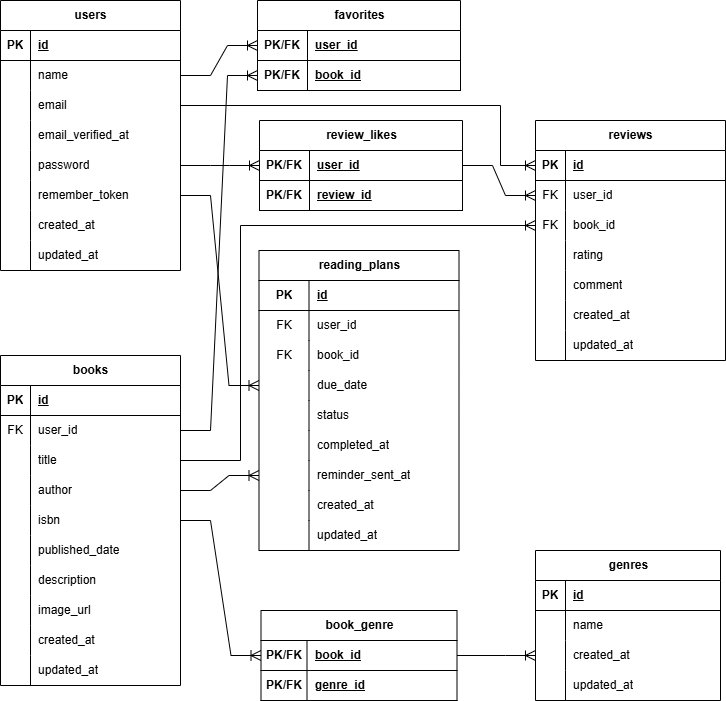
nagaki813/bookshelf-app keeps this draw.io diagram as er.png. Above is the earlier version. Source tidied: cells renumbered, new cells last; positions are measured from the earlier drawing's top-left corner, leaving out a move shared by most shapes.
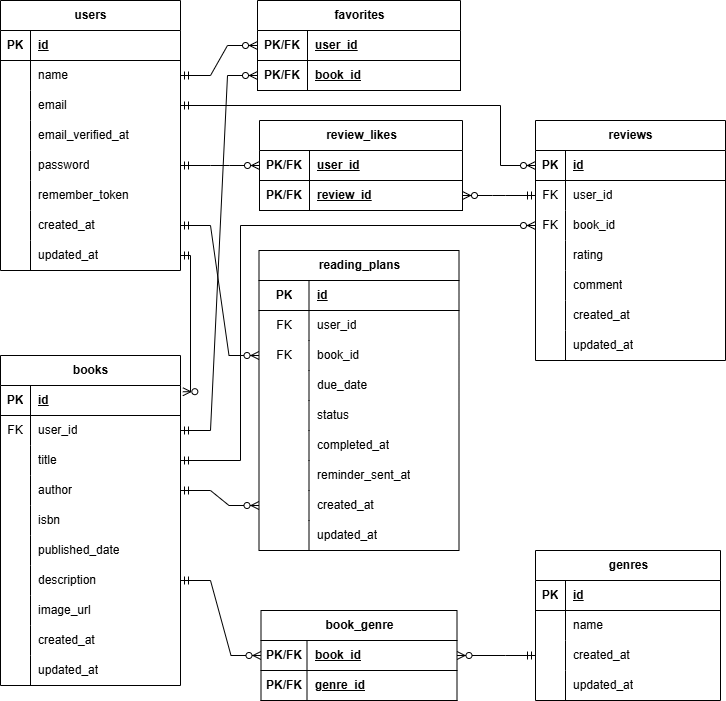
The same diagram one commit later.

The edit, as a diff of the source:
```diff
@@ -422,16 +422,24 @@
     <mxCell id="141" value="updated_at" style="shape=partialRectangle;fillColor=none;top=0;left=0;bottom=0;right=0;align=left;spacingLeft=6;overflow=hidden;whiteSpace=wrap;html=1;" parent="139" vertex="1">
       <mxGeometry x="30" width="155" height="30" as="geometry" />
     </mxCell>
-    <mxCell id="142" style="edgeStyle=entityRelationEdgeStyle;fontSize=12;html=1;endArrow=ERoneToMany;rounded=0;startSize=8;endSize=8;curved=0;exitX=1;exitY=0.5;exitDx=0;exitDy=0;entryX=0;entryY=0.5;entryDx=0;entryDy=0;" parent="1" edge="1" source="73" target="63">
+    <mxCell id="142" style="edgeStyle=entityRelationEdgeStyle;fontSize=12;html=1;endArrow=ERzeroToMany;startArrow=ERmandOne;rounded=0;exitX=1;exitY=0.5;exitDx=0;exitDy=0;entryX=0;entryY=0.5;entryDx=0;entryDy=0;" parent="1" edge="1" source="73" target="63">
       <mxGeometry relative="1" as="geometry" />
     </mxCell>
-    <mxCell id="143" style="edgeStyle=entityRelationEdgeStyle;fontSize=12;html=1;endArrow=ERoneToMany;rounded=0;startSize=8;endSize=8;curved=0;exitX=1;exitY=0.5;exitDx=0;exitDy=0;entryX=0;entryY=0.5;entryDx=0;entryDy=0;" parent="1" edge="1" source="35" target="66">
+    <mxCell id="143" style="edgeStyle=entityRelationEdgeStyle;fontSize=12;html=1;endArrow=ERzeroToMany;startArrow=ERmandOne;rounded=0;exitX=1;exitY=0.5;exitDx=0;exitDy=0;entryX=0;entryY=0.5;entryDx=0;entryDy=0;" parent="1" edge="1" source="35" target="66">
       <mxGeometry relative="1" as="geometry" />
     </mxCell>
+    <mxCell id="146" style="edgeStyle=orthogonalEdgeStyle;fontSize=12;html=1;endArrow=ERzeroToMany;startArrow=ERmandOne;rounded=0;exitX=1;exitY=0.5;exitDx=0;exitDy=0;entryX=0;entryY=0.5;entryDx=0;entryDy=0;" parent="1" edge="1" source="76" target="3">
+      <mxGeometry relative="1" as="geometry">
+        <Array as="points">
+          <mxPoint x="500" y="105" />
+          <mxPoint x="500" y="165" />
+        </Array>
+      </mxGeometry>
+    </mxCell>
-    <mxCell id="144" style="edgeStyle=entityRelationEdgeStyle;fontSize=12;html=1;endArrow=ERoneToMany;rounded=0;startSize=8;endSize=8;curved=0;exitX=1;exitY=0.5;exitDx=0;exitDy=0;entryX=0;entryY=0.5;entryDx=0;entryDy=0;" parent="1" edge="1" source="82" target="95">
+    <mxCell id="144" style="edgeStyle=entityRelationEdgeStyle;fontSize=12;html=1;endArrow=ERzeroToMany;startArrow=ERmandOne;rounded=0;exitX=1;exitY=0.5;exitDx=0;exitDy=0;entryX=0;entryY=0.5;entryDx=0;entryDy=0;" parent="1" edge="1" source="82" target="95">
       <mxGeometry relative="1" as="geometry" />
     </mxCell>
-    <mxCell id="145" style="edgeStyle=orthogonalEdgeStyle;fontSize=12;html=1;endArrow=ERoneToMany;rounded=0;startSize=8;endSize=8;exitX=1;exitY=0.5;exitDx=0;exitDy=0;entryX=0;entryY=0.5;entryDx=0;entryDy=0;" parent="1" edge="1" source="38" target="9">
+    <mxCell id="145" style="edgeStyle=orthogonalEdgeStyle;fontSize=12;html=1;endArrow=ERzeroToMany;startArrow=ERmandOne;rounded=0;exitX=1;exitY=0.5;exitDx=0;exitDy=0;entryX=0;entryY=0.5;entryDx=0;entryDy=0;" parent="1" edge="1" source="38" target="9">
       <mxGeometry relative="1" as="geometry">
         <Array as="points">
           <mxPoint x="240" y="460" />
@@ -439,28 +447,23 @@
         </Array>
       </mxGeometry>
     </mxCell>
-    <mxCell id="146" style="edgeStyle=orthogonalEdgeStyle;fontSize=12;html=1;endArrow=ERoneToMany;rounded=0;startSize=8;endSize=8;exitX=1;exitY=0.5;exitDx=0;exitDy=0;entryX=0;entryY=0.5;entryDx=0;entryDy=0;" parent="1" edge="1" source="76" target="3">
-      <mxGeometry relative="1" as="geometry">
-        <Array as="points">
-          <mxPoint x="500" y="105" />
-          <mxPoint x="500" y="165" />
-        </Array>
-      </mxGeometry>
-    </mxCell>
-    <mxCell id="147" style="edgeStyle=entityRelationEdgeStyle;fontSize=12;html=1;endArrow=ERoneToMany;rounded=0;startSize=8;endSize=8;curved=0;exitX=1;exitY=0.5;exitDx=0;exitDy=0;entryX=0;entryY=0.5;entryDx=0;entryDy=0;" parent="1" edge="1" source="95" target="6">
-      <mxGeometry relative="1" as="geometry" />
-    </mxCell>
-    <mxCell id="148" style="edgeStyle=entityRelationEdgeStyle;fontSize=12;html=1;endArrow=ERoneToMany;rounded=0;startSize=8;endSize=8;curved=0;exitX=1;exitY=0.5;exitDx=0;exitDy=0;entryX=0;entryY=0.5;entryDx=0;entryDy=0;" parent="1" edge="1" source="44" target="25">
-      <mxGeometry relative="1" as="geometry" />
-    </mxCell>
-    <mxCell id="149" style="edgeStyle=entityRelationEdgeStyle;fontSize=12;html=1;endArrow=ERoneToMany;rounded=0;startSize=8;endSize=8;curved=0;exitX=1;exitY=0.5;exitDx=0;exitDy=0;entryX=0;entryY=0.5;entryDx=0;entryDy=0;" parent="1" edge="1" source="85" target="111">
-      <mxGeometry relative="1" as="geometry" />
-    </mxCell>
-    <mxCell id="150" style="edgeStyle=entityRelationEdgeStyle;fontSize=12;html=1;endArrow=ERoneToMany;rounded=0;startSize=8;endSize=8;curved=0;exitX=1;exitY=0.5;exitDx=0;exitDy=0;entryX=0;entryY=0.5;entryDx=0;entryDy=0;" parent="1" edge="1" source="41" target="120">
-      <mxGeometry relative="1" as="geometry" />
-    </mxCell>
-    <mxCell id="151" style="edgeStyle=entityRelationEdgeStyle;fontSize=12;html=1;endArrow=ERoneToMany;rounded=0;startSize=8;endSize=8;curved=0;exitX=1;exitY=0.5;exitDx=0;exitDy=0;" parent="1" edge="1" source="25" target="136">
-      <mxGeometry relative="1" as="geometry" />
-    </mxCell>
+    <mxCell id="152" style="edgeStyle=entityRelationEdgeStyle;fontSize=12;html=1;endArrow=ERzeroToMany;startArrow=ERmandOne;rounded=0;exitX=1;exitY=0.5;exitDx=0;exitDy=0;entryX=0;entryY=0.5;entryDx=0;entryDy=0;" parent="1" edge="1" source="88" target="108">
+      <mxGeometry relative="1" as="geometry" />
+    </mxCell>
+    <mxCell id="153" style="edgeStyle=entityRelationEdgeStyle;fontSize=12;html=1;endArrow=ERzeroToMany;startArrow=ERmandOne;rounded=0;exitX=1;exitY=0.5;exitDx=0;exitDy=0;entryX=0;entryY=0.5;entryDx=0;entryDy=0;" parent="1" edge="1" source="41" target="123">
+      <mxGeometry relative="1" as="geometry" />
+    </mxCell>
+    <mxCell id="154" style="edgeStyle=entityRelationEdgeStyle;fontSize=12;html=1;endArrow=ERzeroToMany;startArrow=ERmandOne;rounded=0;exitX=1;exitY=0.5;exitDx=0;exitDy=0;entryX=0;entryY=0.5;entryDx=0;entryDy=0;" parent="1" edge="1" source="50" target="25">
+      <mxGeometry relative="1" as="geometry" />
+    </mxCell>
+    <mxCell id="155" style="edgeStyle=entityRelationEdgeStyle;fontSize=12;html=1;endArrow=ERzeroToMany;startArrow=ERmandOne;rounded=0;exitX=0;exitY=0.5;exitDx=0;exitDy=0;entryX=1;entryY=0.5;entryDx=0;entryDy=0;" parent="1" edge="1" source="136" target="25">
+      <mxGeometry relative="1" as="geometry" />
+    </mxCell>
+    <mxCell id="156" style="fontSize=12;html=1;endArrow=ERzeroToMany;startArrow=ERmandOne;rounded=0;exitX=1;exitY=0.5;exitDx=0;exitDy=0;entryX=1.013;entryY=0.208;entryDx=0;entryDy=0;edgeStyle=orthogonalEdgeStyle;entryPerimeter=0;" parent="1" edge="1" source="91" target="32">
+      <mxGeometry relative="1" as="geometry" />
+    </mxCell>
+    <mxCell id="157" style="edgeStyle=entityRelationEdgeStyle;fontSize=12;html=1;endArrow=ERzeroToMany;startArrow=ERmandOne;rounded=0;exitX=0;exitY=0.5;exitDx=0;exitDy=0;entryX=1;entryY=0.5;entryDx=0;entryDy=0;" parent="1" edge="1" source="6" target="98">
+      <mxGeometry relative="1" as="geometry" />
+    </mxCell>
   </root>
 </mxGraphModel>
```
